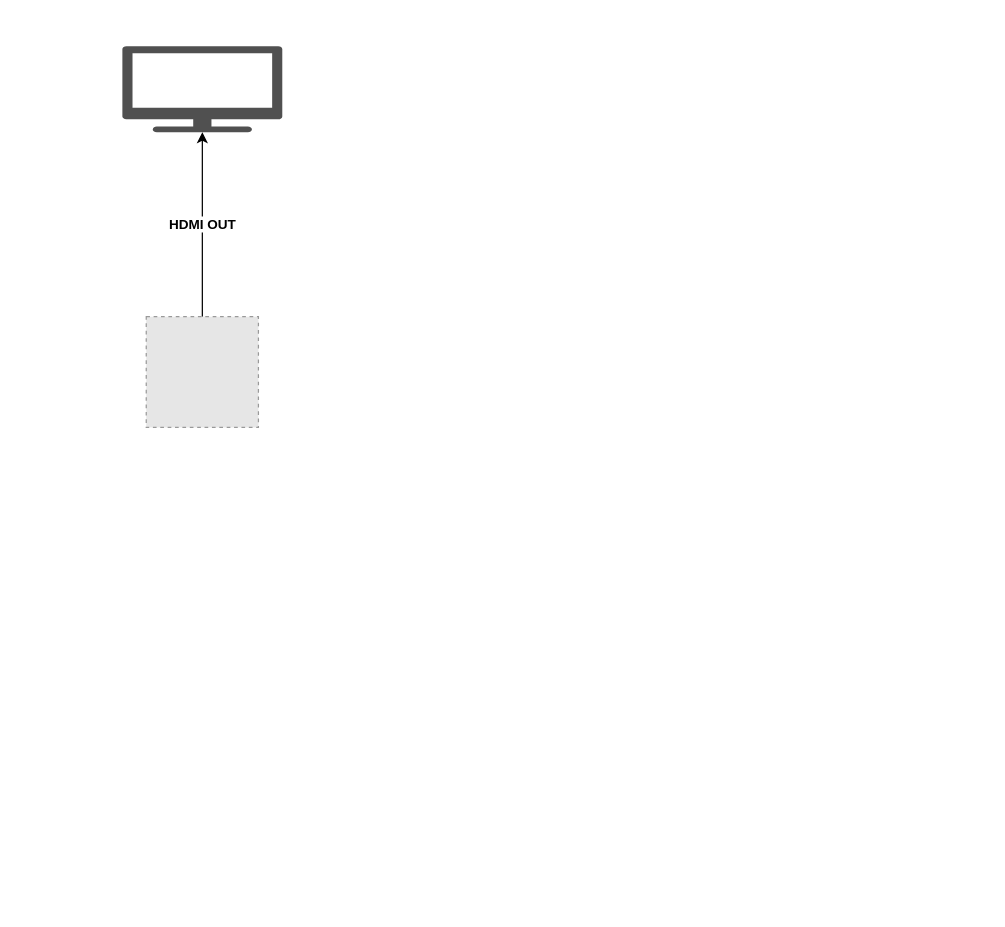
Earlier version of the draw.io diagram Airpod_Video_Schema.drawio (matevz-dev/Airpod). Source tidied: cells renumbered, new cells numbered last; positions are measured from the earlier drawing's top-left corner, leaving out a move shared by most shapes. Both pictures are drawn from the tidied source at 123%, with x=0, y=0 at pixel (122, 46). Pictures stored in the file or linked from it are replaced by grey dashed boxes.
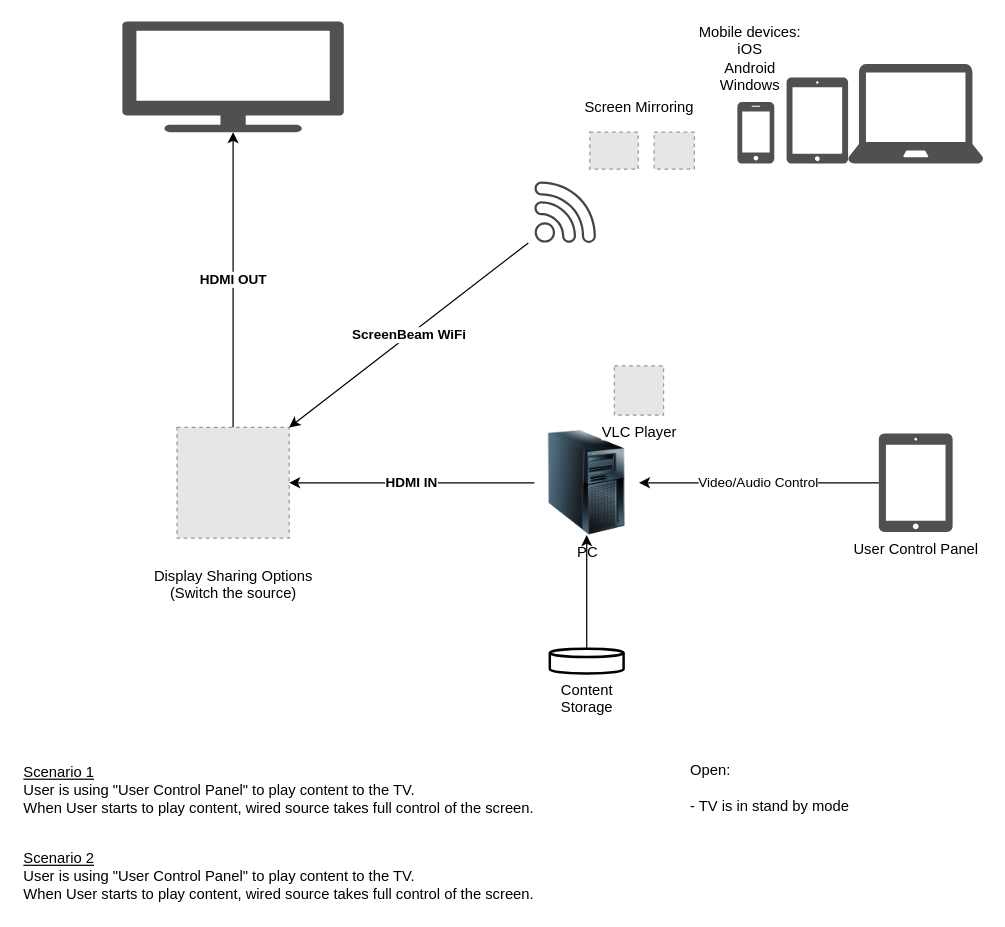
After the change.

The edit, as a diff of the source:
```diff
@@
     <mxCell id="2" style="shadow=0;dashed=0;html=1;strokeColor=none;fillColor=#505050;labelPosition=center;verticalLabelPosition=bottom;verticalAlign=top;outlineConnect=0;align=center;shape=mxgraph.office.devices.tv;" parent="1" vertex="1">
-      <mxGeometry width="130" height="70" as="geometry" />
+      <mxGeometry y="-20" width="180" height="90" as="geometry" />
     </mxCell>
@@
     <mxCell id="4" style="fillColor=#E6E6E6;strokeColor=#999999;dashed=1;verticalLabelPosition=bottom;labelBackgroundColor=#ffffff;verticalAlign=top;" parent="1" vertex="1">
-      <mxGeometry x="19.4" y="220" width="91.2" height="90" as="geometry" />
+      <mxGeometry x="44.4" y="310" width="91.2" height="90" as="geometry" />
     </mxCell>
+    <mxCell id="5" value="&lt;b&gt;ScreenBeam WiFi&lt;/b&gt;" style="rounded=0;jettySize=auto;html=1;entryX=1;entryY=0;entryDx=0;entryDy=0;" parent="1" edge="1" target="4">
+      <mxGeometry relative="1" as="geometry">
+        <mxPoint x="330" y="160" as="sourcePoint" />
+      </mxGeometry>
+    </mxCell>
+    <mxCell id="6" style="shadow=0;dashed=0;html=1;strokeColor=none;fillColor=#505050;labelPosition=center;verticalLabelPosition=bottom;verticalAlign=top;align=center;shape=mxgraph.office.devices.cell_phone_iphone_standalone;" parent="1" vertex="1">
+      <mxGeometry x="500" y="45.5" width="30" height="50" as="geometry" />
+    </mxCell>
+    <mxCell id="7" style="shadow=0;dashed=0;html=1;strokeColor=none;fillColor=#505050;labelPosition=center;verticalLabelPosition=bottom;verticalAlign=top;align=center;shape=mxgraph.office.devices.tablet_ipad;" parent="1" vertex="1">
+      <mxGeometry x="540" y="25.5" width="50" height="70" as="geometry" />
+    </mxCell>
+    <mxCell id="8" style="shadow=0;dashed=0;html=1;strokeColor=none;fillColor=#505050;labelPosition=center;verticalLabelPosition=bottom;verticalAlign=top;align=center;shape=mxgraph.office.devices.laptop;" parent="1" vertex="1">
+      <mxGeometry x="590" y="14.5" width="110" height="81" as="geometry" />
+    </mxCell>
+    <mxCell id="9" value="&lt;div&gt;Mobile devices:&lt;/div&gt;&lt;div&gt;iOS&lt;/div&gt;&lt;div&gt;Android&lt;/div&gt;&lt;div&gt;Windows&lt;br&gt;&lt;/div&gt;" style="text;html=1;align=center;verticalAlign=middle;" parent="1" vertex="1">
+      <mxGeometry x="460" y="-20" width="100" height="60" as="geometry" />
+    </mxCell>
+    <mxCell id="10" style="group;" parent="1" vertex="1">
+      <mxGeometry x="370" y="40" width="100" height="60" as="geometry" />
+    </mxCell>
+    <mxCell id="11" style="fillColor=#E6E6E6;strokeColor=#999999;dashed=1;verticalLabelPosition=bottom;labelBackgroundColor=#ffffff;verticalAlign=top;" parent="10" vertex="1">
+      <mxGeometry x="62.3" y="30" width="32.7" height="30" as="geometry" />
+    </mxCell>
+    <mxCell id="12" style="fillColor=#E6E6E6;strokeColor=#999999;dashed=1;verticalLabelPosition=bottom;labelBackgroundColor=#ffffff;verticalAlign=top;" parent="10" vertex="1">
+      <mxGeometry x="10" y="30" width="39.4" height="30" as="geometry" />
+    </mxCell>
+    <mxCell id="13" style="edgeStyle=none;rounded=0;orthogonalLoop=1;jettySize=auto;html=1;exitX=0.5;exitY=0;exitDx=0;exitDy=0;" parent="10" edge="1" source="12" target="12">
+      <mxGeometry relative="1" as="geometry" />
+    </mxCell>
+    <mxCell id="14" value="Screen Mirroring" style="text;html=1;align=center;verticalAlign=middle;" parent="10" vertex="1">
+      <mxGeometry width="100" height="20" as="geometry" />
+    </mxCell>
+    <mxCell id="15" value="&lt;b&gt;HDMI IN&lt;/b&gt;" style="edgeStyle=none;rounded=0;jettySize=auto;html=1;" parent="1" edge="1" source="16" target="4">
+      <mxGeometry relative="1" as="geometry" />
+    </mxCell>
+    <mxCell id="16" value="PC" style="image;html=1;image=img/lib/clip_art/computers/Server_Tower_128x128.png;" parent="1" vertex="1">
+      <mxGeometry x="335" y="312.5" width="85" height="85" as="geometry" />
+    </mxCell>
+    <mxCell id="17" style="shadow=0;dashed=0;html=1;strokeColor=none;fillColor=#434445;labelPosition=center;verticalLabelPosition=bottom;verticalAlign=top;align=center;shape=mxgraph.vvd.wi_fi;" parent="1" vertex="1">
+      <mxGeometry x="335" y="110" width="50" height="50" as="geometry" />
+    </mxCell>
+    <mxCell id="18" value="VLC Player" style="fillColor=#E6E6E6;strokeColor=#999999;dashed=1;html=1;verticalAlign=top;verticalLabelPosition=bottom;labelBackgroundColor=#ffffff;" parent="1" vertex="1">
+      <mxGeometry x="400" y="260" width="40" height="40" as="geometry" />
+    </mxCell>
+    <mxCell id="19" value="Video/Audio Control" style="edgeStyle=none;rounded=0;jettySize=auto;html=1;entryX=1;entryY=0.5;entryDx=0;entryDy=0;" parent="1" edge="1" source="20" target="16">
+      <mxGeometry relative="1" as="geometry" />
+    </mxCell>
+    <mxCell id="20" value="User Control Panel" style="shadow=0;dashed=0;html=1;strokeColor=none;fillColor=#505050;labelPosition=center;verticalLabelPosition=bottom;verticalAlign=top;outlineConnect=0;align=center;shape=mxgraph.office.devices.tablet_ipad;" parent="1" vertex="1">
+      <mxGeometry x="615" y="315" width="60" height="80" as="geometry" />
+    </mxCell>
+    <mxCell id="21" value="Content Storage" style="strokeWidth=2;html=1;shape=mxgraph.flowchart.database;whiteSpace=wrap;verticalAlign=top;labelPosition=center;verticalLabelPosition=bottom;align=center;" parent="1" vertex="1">
+      <mxGeometry x="347.5" y="490" width="60" height="20" as="geometry" />
+    </mxCell>
+    <mxCell id="22" style="edgeStyle=none;rounded=0;jettySize=auto;html=1;exitX=0.5;exitY=0;exitDx=0;exitDy=0;entryX=0.5;entryY=1;entryDx=0;entryDy=0;exitPerimeter=0;" parent="1" edge="1" source="21" target="16">
+      <mxGeometry relative="1" as="geometry" />
+    </mxCell>
+    <mxCell id="23" value="&lt;div&gt;Display Sharing Options&lt;/div&gt;&lt;div&gt;(Switch the source)&lt;/div&gt;&lt;div&gt;&lt;br&gt;&lt;/div&gt;" style="text;html=1;align=center;verticalAlign=middle;" parent="1" vertex="1">
+      <mxGeometry x="20" y="420" width="140" height="50" as="geometry" />
+    </mxCell>
+    <mxCell id="24" value="&lt;div&gt;&lt;u&gt;Scenario 1&lt;/u&gt;&lt;/div&gt;&lt;div&gt;User is using &quot;User Control Panel&quot; to play content to the TV.&lt;/div&gt;&lt;div&gt;When User starts to play content, wired source takes full control of the screen.&lt;br&gt;&lt;/div&gt;" style="text;html=1;align=left;verticalAlign=middle;" parent="1" vertex="1">
+      <mxGeometry x="-82.5" y="580" width="430" height="50" as="geometry" />
+    </mxCell>
+    <mxCell id="25" value="&lt;div&gt;&lt;u&gt;Scenario 2&lt;br&gt;&lt;/u&gt;&lt;/div&gt;&lt;div&gt;User is using &quot;User Control Panel&quot; to play content to the TV.&lt;/div&gt;&lt;div&gt;When User starts to play content, wired source takes full control of the screen.&lt;br&gt;&lt;/div&gt;" style="text;html=1;align=left;verticalAlign=middle;" parent="1" vertex="1">
+      <mxGeometry x="-82.5" y="650" width="430" height="50" as="geometry" />
+    </mxCell>
+    <mxCell id="26" value="&lt;div&gt;Open:&lt;/div&gt;&lt;div&gt;&lt;br&gt;&lt;/div&gt;&lt;div&gt;- TV is in stand by mode&lt;/div&gt;&lt;div&gt;&lt;br&gt;&lt;/div&gt;" style="text;html=1;align=left;verticalAlign=middle;" parent="1" vertex="1">
+      <mxGeometry x="460" y="580" width="140" height="60" as="geometry" />
+    </mxCell>
```
